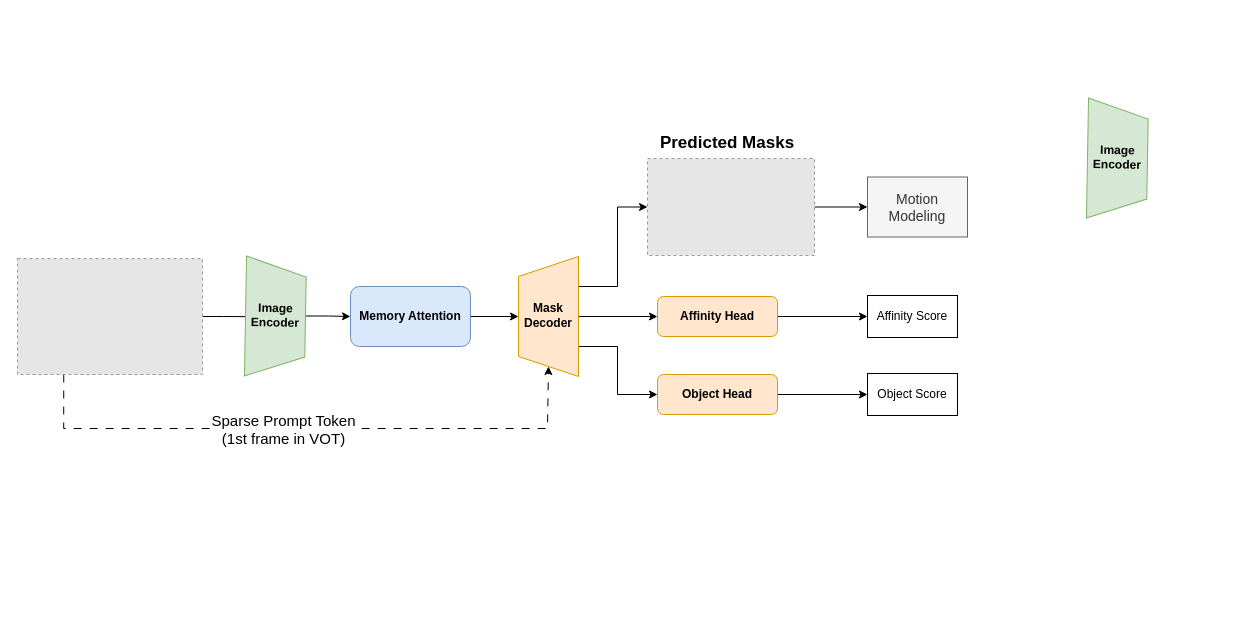
mailonghua/drawio keeps this draw.io diagram as WorkSpace/ObjectTrack/2025-trackArch.drawio. Above is the earlier version. Source tidied: cells renumbered, new cells numbered last; positions are measured from the earlier drawing's top-left corner, leaving out a move shared by most shapes. Both pictures are drawn from the tidied source at 100%, with x=0, y=0 at pixel (17, 128). Pictures stored in the file or linked from it are replaced by grey dashed boxes.
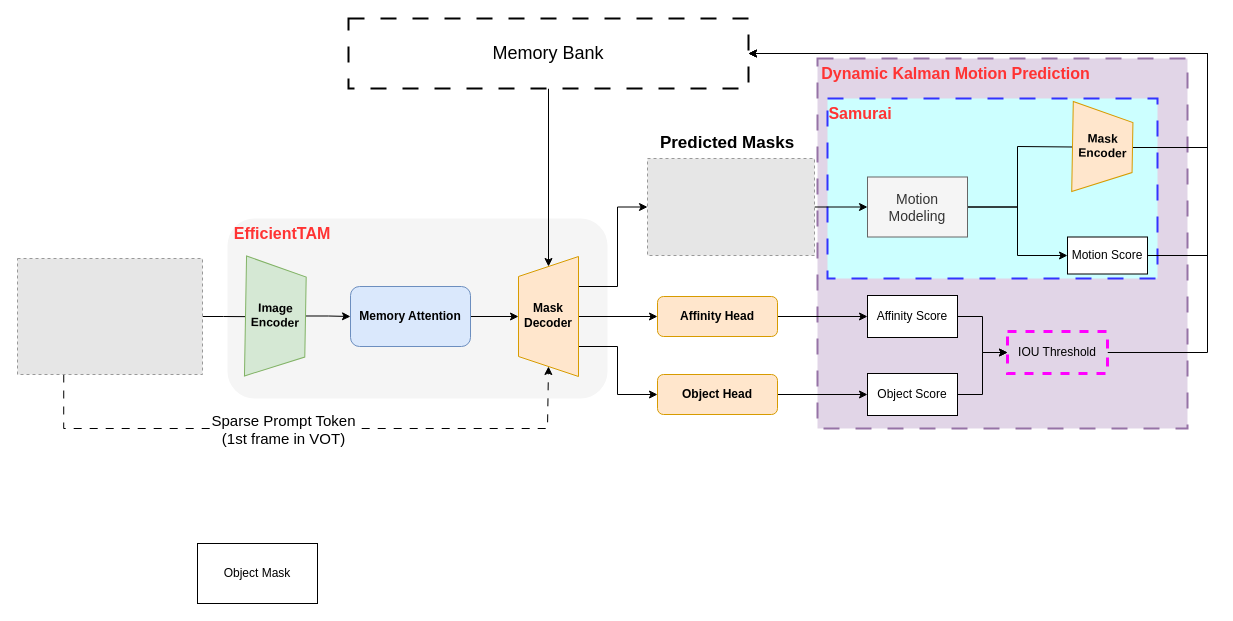
The same page after the edit.

Unchanged cells that the change refers to:
```xml
<mxCell id="13" value="Mask&lt;br&gt;Decoder" style="shape=trapezoid;perimeter=trapezoidPerimeter;whiteSpace=wrap;html=1;fixedSize=1;rotation=-90;textDirection=vertical-rl;fillColor=#ffe6cc;strokeColor=#d79b00;fontStyle=1;" parent="1" vertex="1">
  <mxGeometry x="471" y="158" width="120" height="60" as="geometry" />
</mxCell>
<mxCell id="21" value="Motion&lt;br&gt;Modeling" style="rounded=0;whiteSpace=wrap;html=1;fontSize=14;fillColor=#f5f5f5;fontColor=#333333;strokeColor=#666666;" parent="1" vertex="1">
  <mxGeometry x="850" y="48.5" width="100" height="60" as="geometry" />
</mxCell>
<mxCell id="22" value="Affinity Score" style="rounded=0;whiteSpace=wrap;html=1;" parent="1" vertex="1">
  <mxGeometry x="850" y="167" width="90" height="42" as="geometry" />
</mxCell>
<mxCell id="23" value="Object Score" style="rounded=0;whiteSpace=wrap;html=1;" parent="1" vertex="1">
  <mxGeometry x="850" y="245" width="90" height="42" as="geometry" />
</mxCell>
```

What changed in the source:
```diff
@@
+    <mxCell id="25" style="rounded=1;whiteSpace=wrap;html=1;strokeColor=none;fillColor=#f5f5f5;fontColor=#333333;" parent="1" vertex="1">
+      <mxGeometry x="210" y="90" width="380" height="180" as="geometry" />
+    </mxCell>
+    <mxCell id="26" style="rounded=0;whiteSpace=wrap;html=1;strokeWidth=2;dashed=1;dashPattern=8 8;fillColor=#e1d5e7;strokeColor=#9673a6;" parent="1" vertex="1">
+      <mxGeometry x="800" y="-70" width="370" height="370" as="geometry" />
+    </mxCell>
+    <mxCell id="27" style="rounded=0;whiteSpace=wrap;html=1;strokeWidth=2;dashed=1;dashPattern=8 8;fillColor=#CCFFFF;strokeColor=#3333FF;" parent="1" vertex="1">
+      <mxGeometry x="810" y="-30" width="330" height="180" as="geometry" />
+    </mxCell>
@@
+    <mxCell id="28" style="edgeStyle=orthogonalEdgeStyle;rounded=0;jettySize=auto;html=1;exitX=1;exitY=0.5;exitDx=0;exitDy=0;entryX=0.5;entryY=1;entryDx=0;entryDy=0;" parent="1" edge="1" source="21" target="24">
+      <mxGeometry relative="1" as="geometry">
+        <Array as="points">
+          <mxPoint x="1000" y="79" />
+          <mxPoint x="1000" y="18" />
+        </Array>
+      </mxGeometry>
+    </mxCell>
+    <mxCell id="29" style="edgeStyle=orthogonalEdgeStyle;rounded=0;jettySize=auto;html=1;exitX=1;exitY=0.5;exitDx=0;exitDy=0;entryX=0;entryY=0.5;entryDx=0;entryDy=0;" parent="1" edge="1" source="21" target="34">
+      <mxGeometry relative="1" as="geometry">
+        <Array as="points">
+          <mxPoint x="1000" y="79" />
+          <mxPoint x="1000" y="127" />
+        </Array>
+      </mxGeometry>
+    </mxCell>
@@
+    <mxCell id="30" style="edgeStyle=orthogonalEdgeStyle;rounded=0;jettySize=auto;html=1;exitX=1;exitY=0.5;exitDx=0;exitDy=0;entryX=0;entryY=0.5;entryDx=0;entryDy=0;" parent="1" edge="1" source="22" target="39">
+      <mxGeometry relative="1" as="geometry" />
+    </mxCell>
@@
+    <mxCell id="31" style="edgeStyle=orthogonalEdgeStyle;rounded=0;jettySize=auto;html=1;exitX=1;exitY=0.5;exitDx=0;exitDy=0;entryX=0;entryY=0.5;entryDx=0;entryDy=0;" parent="1" edge="1" source="23" target="39">
+      <mxGeometry relative="1" as="geometry" />
+    </mxCell>
@@
+    <mxCell id="32" style="edgeStyle=orthogonalEdgeStyle;rounded=0;jettySize=auto;html=1;exitX=0.5;exitY=0;exitDx=0;exitDy=0;entryX=1;entryY=0.5;entryDx=0;entryDy=0;" parent="1" edge="1" source="24" target="36">
+      <mxGeometry relative="1" as="geometry">
+        <Array as="points">
+          <mxPoint x="1190" y="19" />
+          <mxPoint x="1190" y="-75" />
+        </Array>
+      </mxGeometry>
+    </mxCell>
-    <mxCell id="24" value="Image Encoder" style="shape=trapezoid;perimeter=trapezoidPerimeter;whiteSpace=wrap;html=1;fixedSize=1;rotation=-89;textDirection=vertical-rl;flipH=0;flipV=1;fillColor=#d5e8d4;strokeColor=#82b366;fontStyle=1;" parent="1" vertex="1">
-      <mxGeometry x="1040" width="120" height="60" as="geometry" />
+    <mxCell id="24" value="Mask&lt;br&gt;Encoder" style="shape=trapezoid;perimeter=trapezoidPerimeter;whiteSpace=wrap;html=1;fixedSize=1;rotation=-89;textDirection=vertical-rl;flipH=0;flipV=1;fillColor=#ffe6cc;strokeColor=#d79b00;fontStyle=1;" parent="1" vertex="1">
+      <mxGeometry x="1040" y="-11.5" width="90" height="60" as="geometry" />
     </mxCell>
+    <mxCell id="33" style="edgeStyle=orthogonalEdgeStyle;rounded=0;jettySize=auto;html=1;exitX=1;exitY=0.5;exitDx=0;exitDy=0;entryX=1;entryY=0.5;entryDx=0;entryDy=0;" parent="1" edge="1" source="34" target="36">
+      <mxGeometry relative="1" as="geometry">
+        <Array as="points">
+          <mxPoint x="1190" y="127" />
+          <mxPoint x="1190" y="-75" />
+        </Array>
+      </mxGeometry>
+    </mxCell>
+    <mxCell id="34" value="Motion Score" style="rounded=0;whiteSpace=wrap;html=1;" parent="1" vertex="1">
+      <mxGeometry x="1050" y="108.5" width="80" height="37" as="geometry" />
+    </mxCell>
+    <mxCell id="35" style="edgeStyle=orthogonalEdgeStyle;rounded=0;jettySize=auto;html=1;exitX=0.5;exitY=1;exitDx=0;exitDy=0;entryX=1;entryY=0.5;entryDx=0;entryDy=0;" parent="1" edge="1" source="36" target="13">
+      <mxGeometry relative="1" as="geometry" />
+    </mxCell>
+    <mxCell id="36" value="Memory Bank" style="rounded=0;whiteSpace=wrap;html=1;fontSize=18;dashed=1;dashPattern=8 8;strokeWidth=2;" parent="1" vertex="1">
+      <mxGeometry x="331" y="-110" width="400" height="70" as="geometry" />
+    </mxCell>
+    <mxCell id="37" value="Samurai" style="text;html=1;whiteSpace=wrap;strokeColor=none;fillColor=none;align=center;verticalAlign=middle;rounded=0;fontStyle=1;fontSize=16;fontColor=#FF3333;" parent="1" vertex="1">
+      <mxGeometry x="813" y="-30" width="60" height="30" as="geometry" />
+    </mxCell>
+    <mxCell id="38" style="edgeStyle=orthogonalEdgeStyle;rounded=0;jettySize=auto;html=1;exitX=1;exitY=0.5;exitDx=0;exitDy=0;entryX=1;entryY=0.5;entryDx=0;entryDy=0;" parent="1" edge="1" source="39" target="36">
+      <mxGeometry relative="1" as="geometry">
+        <Array as="points">
+          <mxPoint x="1190" y="224" />
+          <mxPoint x="1190" y="-75" />
+        </Array>
+      </mxGeometry>
+    </mxCell>
+    <mxCell id="39" value="IOU Threshold" style="rounded=0;whiteSpace=wrap;html=1;fillColor=#e1d5e7;strokeColor=#FF00FF;strokeWidth=3;dashed=1;" parent="1" vertex="1">
+      <mxGeometry x="990" y="203" width="100" height="42" as="geometry" />
+    </mxCell>
+    <mxCell id="40" value="Dynamic Kalman Motion Prediction" style="text;html=1;whiteSpace=wrap;strokeColor=none;fillColor=none;align=center;verticalAlign=middle;rounded=0;fontStyle=1;fontSize=16;fontColor=#FF3333;" parent="1" vertex="1">
+      <mxGeometry x="797" y="-70" width="283" height="30" as="geometry" />
+    </mxCell>
+    <mxCell id="41" value="Object Mask" style="rounded=0;whiteSpace=wrap;html=1;" parent="1" vertex="1">
+      <mxGeometry x="180" y="415" width="120" height="60" as="geometry" />
+    </mxCell>
+    <mxCell id="42" value="EfficientTAM" style="text;html=1;whiteSpace=wrap;strokeColor=none;fillColor=none;align=center;verticalAlign=middle;rounded=0;fontStyle=1;fontSize=16;fontColor=#FF3333;" parent="1" vertex="1">
+      <mxGeometry x="210" y="90" width="110" height="30" as="geometry" />
+    </mxCell>
```
